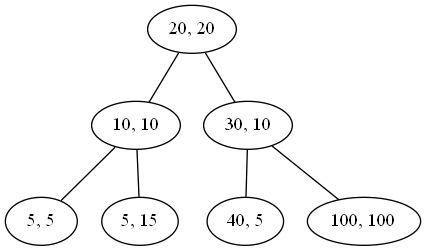
Earlier version of the Graphviz export kd-tree/kd-tree/kdtree.gv.png (jparimaa/pypg). Its source is kept beside it as kd-tree/kd-tree/kdtree.gv. Source of this version:
```dot
graph g {
	graph [rankdir=BT]
	0 [label="20, 20"]
	1 [label="10, 10"]
	1 -- 0
	5 [label="5, 5"]
	5 -- 1
	3 [label="5, 15"]
	3 -- 1
	2 [label="30, 10"]
	2 -- 0
	4 [label="40, 5"]
	4 -- 2
	6 [label="100, 100"]
	6 -- 2
}
```
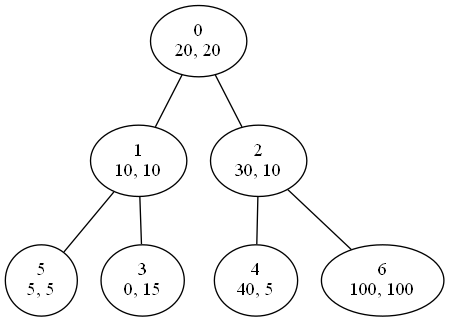
After the commit.

Diff of the diagram source:
```diff
@@ -1,16 +1,23 @@
 graph g {
 	graph [rankdir=BT]
-	0 [label="20, 20"]
-	1 [label="10, 10"]
+	0 [label="0
+20, 20"]
+	1 [label="1
+10, 10"]
 	1 -- 0
-	5 [label="5, 5"]
+	5 [label="5
+5, 5"]
 	5 -- 1
-	3 [label="5, 15"]
+	3 [label="3
+0, 15"]
 	3 -- 1
-	2 [label="30, 10"]
+	2 [label="2
+30, 10"]
 	2 -- 0
-	4 [label="40, 5"]
+	4 [label="4
+40, 5"]
 	4 -- 2
-	6 [label="100, 100"]
+	6 [label="6
+100, 100"]
 	6 -- 2
 }
```
